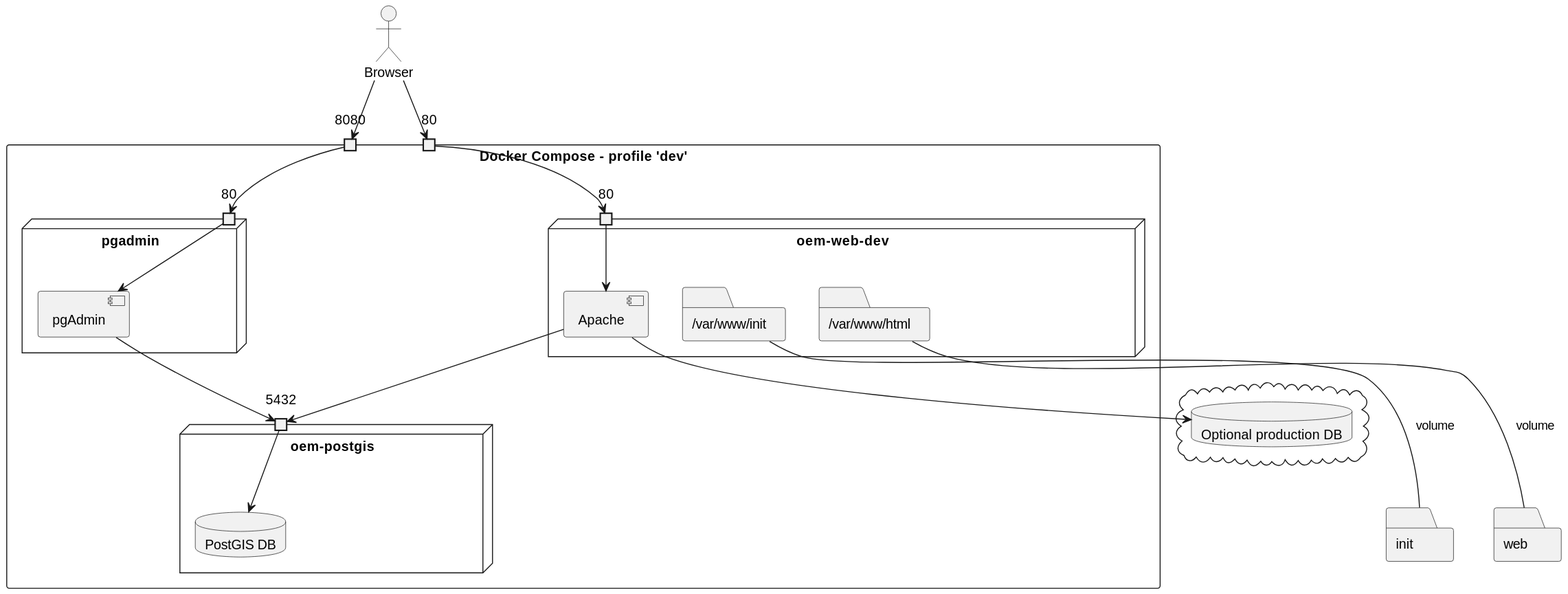
This is images/dev_deployment.svg from Danysan1/osm-wikidata-map-framework, a PlantUML export, as it was before one commit.
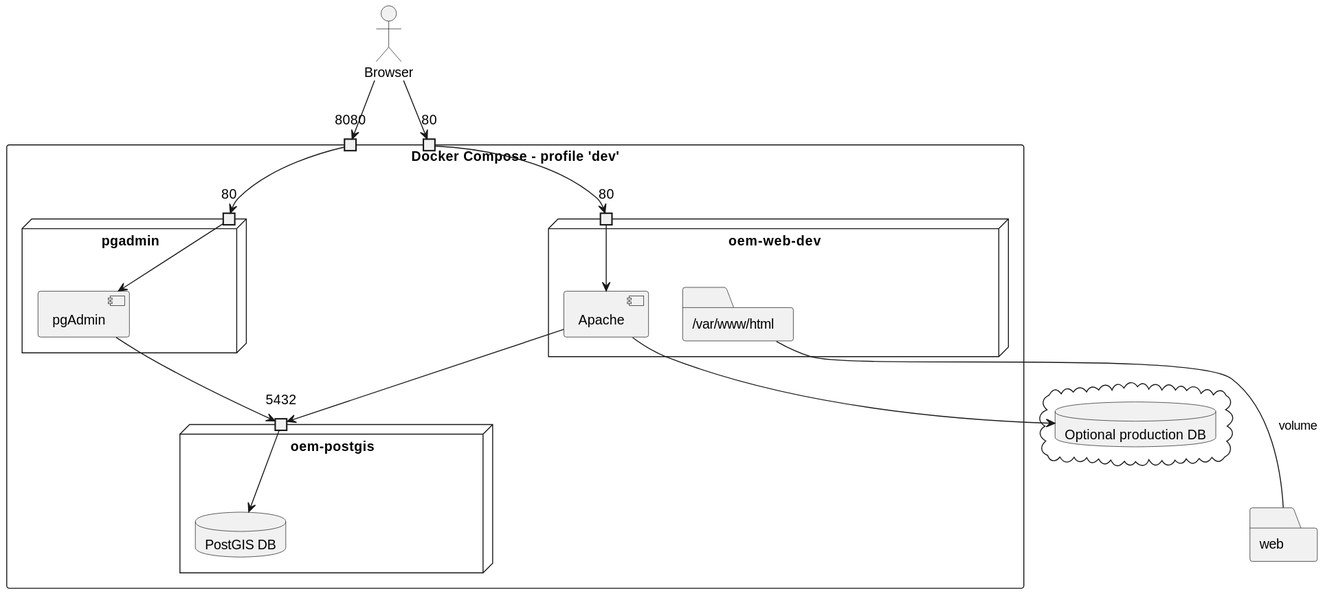
Above is the later version.

What changed in the source:
```diff
@@ -15,7 +15,6 @@
   node "oem-web-dev" {
     port "80" as 80webDev
     component Apache
-    folder "/var/www/init" as initRem
     folder "/var/www/html" as webRem
   }
 
@@ -23,10 +22,8 @@
 cloud {
   database "Optional production DB" as extDB
 }
-folder "init" as initLoc
 folder "web" as webLoc
 
-initRem --- initLoc : volume
 webRem --- webLoc : volume
 
 Apache --> 5432db
```
